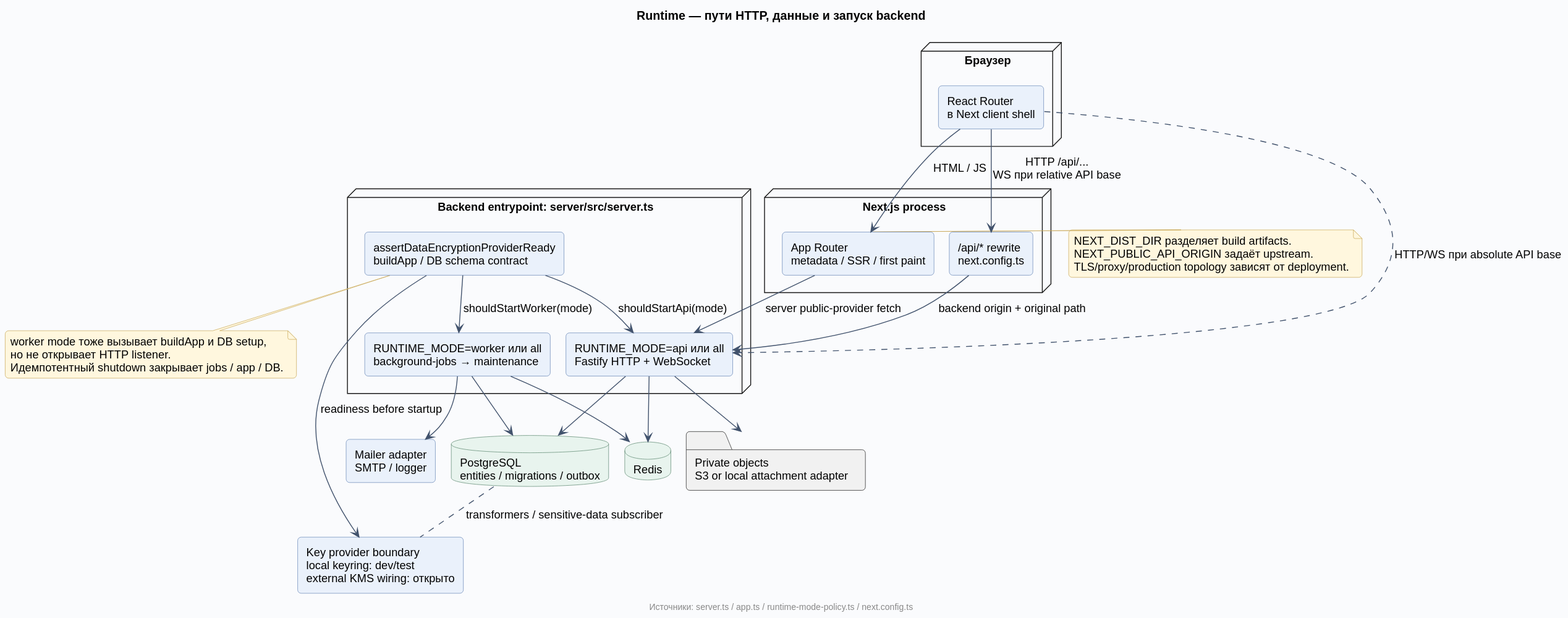
Dima163163/auto-care-hub keeps this PlantUML diagram as docs/diagrams/rendered/02-runtime.svg. Above is the earlier version. Its diagram source:
```plantuml
@startuml
!include _style.puml
title Runtime — пути HTTP, данные и запуск backend
top to bottom direction
node "Браузер" {
  component "React Router\nв Next client shell" as Browser
}
node "Next.js process" {
  component "App Router\nmetadata / SSR / first paint" as Next
  component "/api/* rewrite\nnext.config.ts" as Proxy
}
node "Backend entrypoint: server/src/server.ts" {
  component "assertDataEncryptionProviderReady\nbuildApp / DB schema contract" as Startup
  component "RUNTIME_MODE=api или all\nFastify HTTP + WebSocket" as API
  component "RUNTIME_MODE=worker или all\nbackground-jobs → maintenance" as Worker
}
database "PostgreSQL\nentities / migrations / outbox" as PG
database "Redis" as Redis
folder "Private objects\nS3 or local attachment adapter" as Storage
component "Mailer adapter\nSMTP / logger" as Mail
component "Key provider boundary\nlocal keyring: dev/test\nexternal KMS wiring: открыто" as Keys
Browser --> Next : HTML / JS
Browser --> Proxy : HTTP /api/...\nWS при relative API base
Proxy --> API : backend origin + original path
Next --> API : server public-provider fetch
Browser ..> API : HTTP/WS при absolute API base
Startup --> API : shouldStartApi(mode)
Startup --> Worker : shouldStartWorker(mode)
Startup --> Keys : readiness before startup
API --> PG
API --> Redis
API --> Storage
Worker --> PG
Worker --> Redis
Worker --> Mail
PG .. Keys : transformers / sensitive-data subscriber
note bottom of Startup
  worker mode тоже вызывает buildApp и DB setup,
  но не открывает HTTP listener.
  Идемпотентный shutdown закрывает jobs / app / DB.
end note
note right of Next
  NEXT_DIST_DIR разделяет build artifacts.
  NEXT_PUBLIC_API_ORIGIN задаёт upstream.
  TLS/proxy/production topology зависят от deployment.
end note
footer Источники: server.ts / app.ts / runtime-mode-policy.ts / next.config.ts
@enduml
```
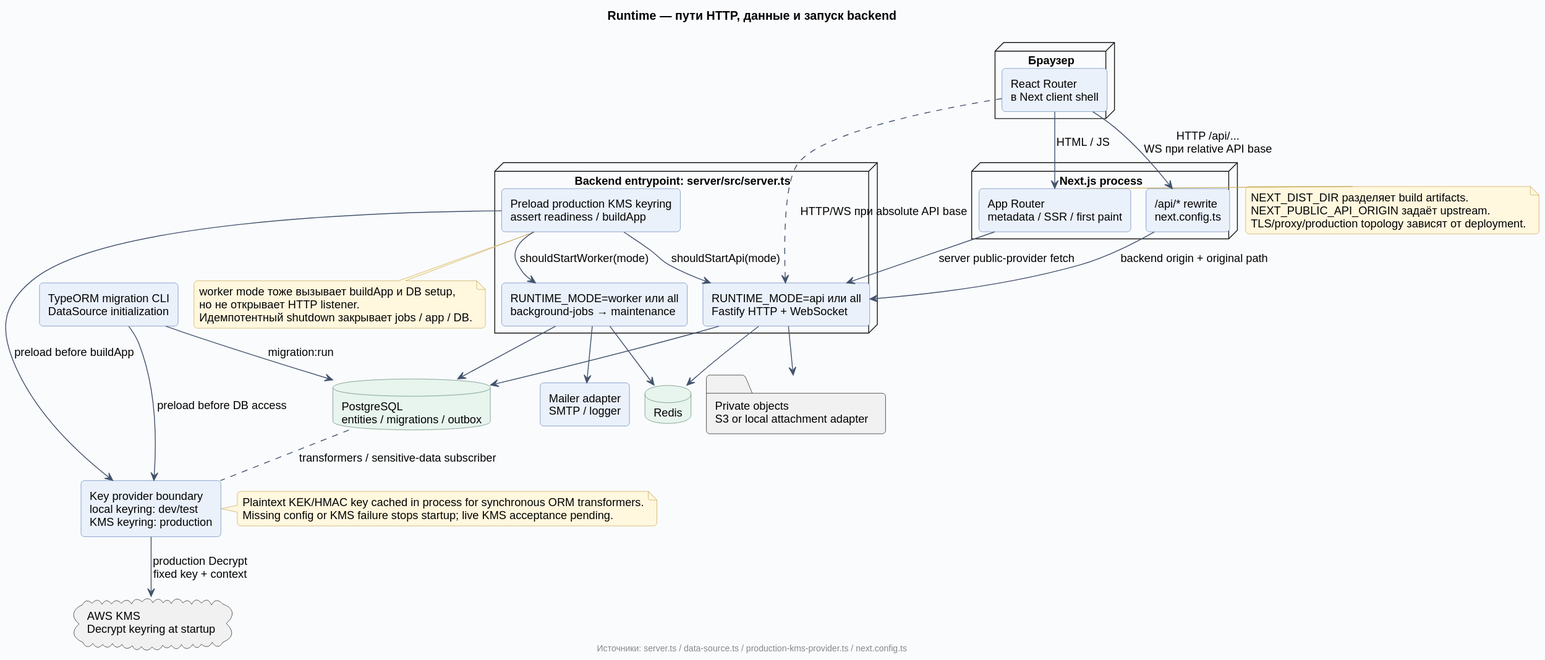
Later version of the same file.

Diff of the diagram source:
```diff
@@ -10,15 +10,17 @@
   component "/api/* rewrite\nnext.config.ts" as Proxy
 }
 node "Backend entrypoint: server/src/server.ts" {
-  component "assertDataEncryptionProviderReady\nbuildApp / DB schema contract" as Startup
+  component "Preload production KMS keyring\nassert readiness / buildApp" as Startup
   component "RUNTIME_MODE=api или all\nFastify HTTP + WebSocket" as API
   component "RUNTIME_MODE=worker или all\nbackground-jobs → maintenance" as Worker
 }
+component "TypeORM migration CLI\nDataSource initialization" as Migration
 database "PostgreSQL\nentities / migrations / outbox" as PG
 database "Redis" as Redis
 folder "Private objects\nS3 or local attachment adapter" as Storage
 component "Mailer adapter\nSMTP / logger" as Mail
-component "Key provider boundary\nlocal keyring: dev/test\nexternal KMS wiring: открыто" as Keys
+component "Key provider boundary\nlocal keyring: dev/test\nKMS keyring: production" as Keys
+cloud "AWS KMS\nDecrypt keyring at startup" as KMS
 Browser --> Next : HTML / JS
 Browser --> Proxy : HTTP /api/...\nWS при relative API base
 Proxy --> API : backend origin + original path
@@ -26,7 +28,10 @@
 Browser ..> API : HTTP/WS при absolute API base
 Startup --> API : shouldStartApi(mode)
 Startup --> Worker : shouldStartWorker(mode)
-Startup --> Keys : readiness before startup
+Startup --> Keys : preload before buildApp
+Migration --> Keys : preload before DB access
+Keys --> KMS : production Decrypt\nfixed key + context
+Migration --> PG : migration:run
 API --> PG
 API --> Redis
 API --> Storage
@@ -34,6 +39,10 @@
 Worker --> Redis
 Worker --> Mail
 PG .. Keys : transformers / sensitive-data subscriber
+note right of Keys
+  Plaintext KEK/HMAC key cached in process for synchronous ORM transformers.
+  Missing config or KMS failure stops startup; live KMS acceptance pending.
+end note
 note bottom of Startup
   worker mode тоже вызывает buildApp и DB setup,
   но не открывает HTTP listener.
@@ -44,5 +53,5 @@
   NEXT_PUBLIC_API_ORIGIN задаёт upstream.
   TLS/proxy/production topology зависят от deployment.
 end note
-footer Источники: server.ts / app.ts / runtime-mode-policy.ts / next.config.ts
+footer Источники: server.ts / data-source.ts / production-kms-provider.ts / next.config.ts
 @enduml
```
